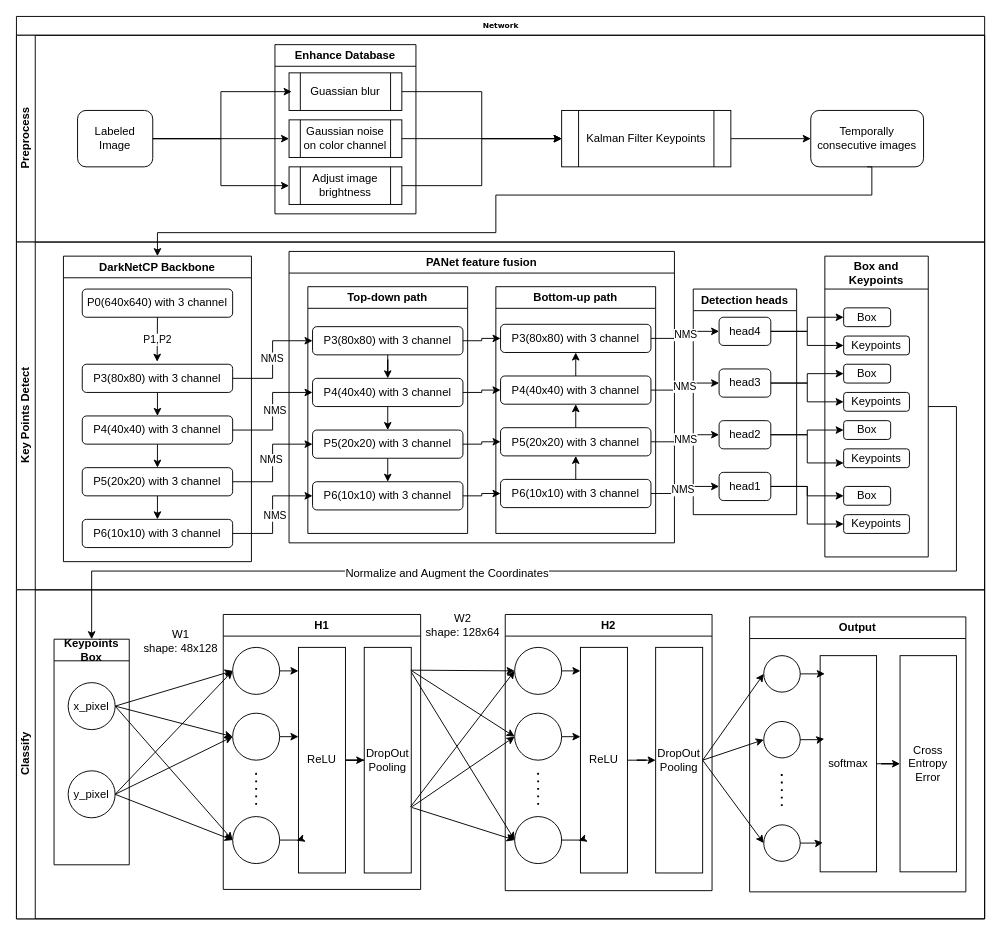
onemotre/HumanPoseClassify keeps this draw.io diagram as NetDesign.drawio. Above is the earlier version. Source tidied: cells renumbered, new cells numbered last; positions are measured from the earlier drawing's top-left corner, leaving out a move shared by most shapes. Both pictures are drawn from the tidied source at 94%, with x=0, y=0 at pixel (16, 16).
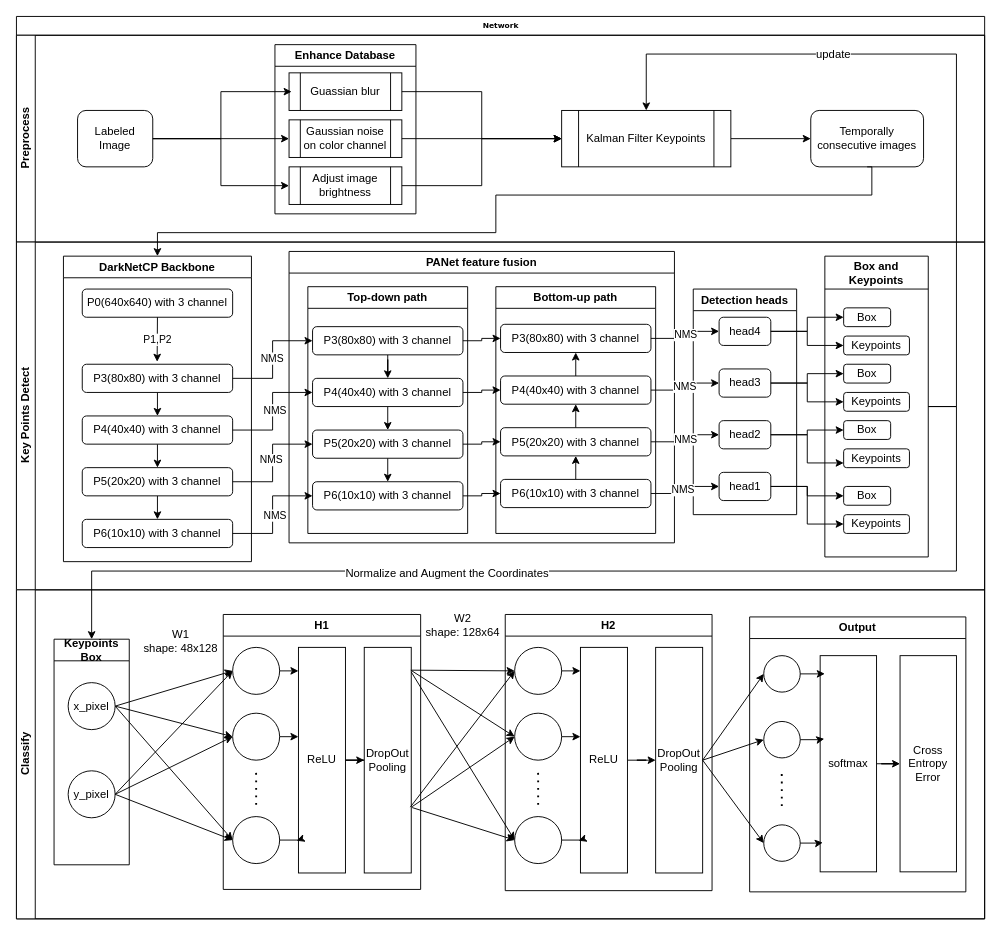
After the change.

The change refers to these unchanged cells:
```xml
<mxCell id="2" value="Network" style="swimlane;html=1;horizontal=1;startSize=20;rounded=0;shadow=0;labelBackgroundColor=none;strokeWidth=1;fontFamily=Verdana;fontSize=8;align=center;" parent="1" vertex="1">
  <mxGeometry width="1030" height="960" as="geometry" />
</mxCell>
<mxCell id="8" value="Kalman Filter Keypoints" style="shape=process;whiteSpace=wrap;html=1;backgroundOutline=1;" parent="3" vertex="1">
  <mxGeometry x="580" y="80" width="180" height="60" as="geometry" />
</mxCell>
<mxCell id="64" value="Box and Keypoints" style="swimlane;whiteSpace=wrap;html=1;startSize=35;" parent="18" vertex="1">
  <mxGeometry x="860" y="15" width="110" height="320" as="geometry" />
</mxCell>
```

Change to the diagram source:
```diff
@@
+    <mxCell id="146" style="edgeStyle=orthogonalEdgeStyle;rounded=0;jettySize=auto;html=1;entryX=0.5;entryY=0;entryDx=0;entryDy=0;exitX=1;exitY=0.5;exitDx=0;exitDy=0;" parent="2" edge="1" source="64" target="8">
+      <mxGeometry relative="1" as="geometry">
+        <Array as="points">
+          <mxPoint x="1000" y="415" />
+          <mxPoint x="1000" y="40" />
+          <mxPoint x="670" y="40" />
+        </Array>
+      </mxGeometry>
+    </mxCell>
+    <mxCell id="147" value="update" style="edgeLabel;html=1;align=center;verticalAlign=middle;fontSize=12;" parent="146" vertex="1">
+      <mxGeometry x="0.35" relative="1" as="geometry" />
+    </mxCell>
```
